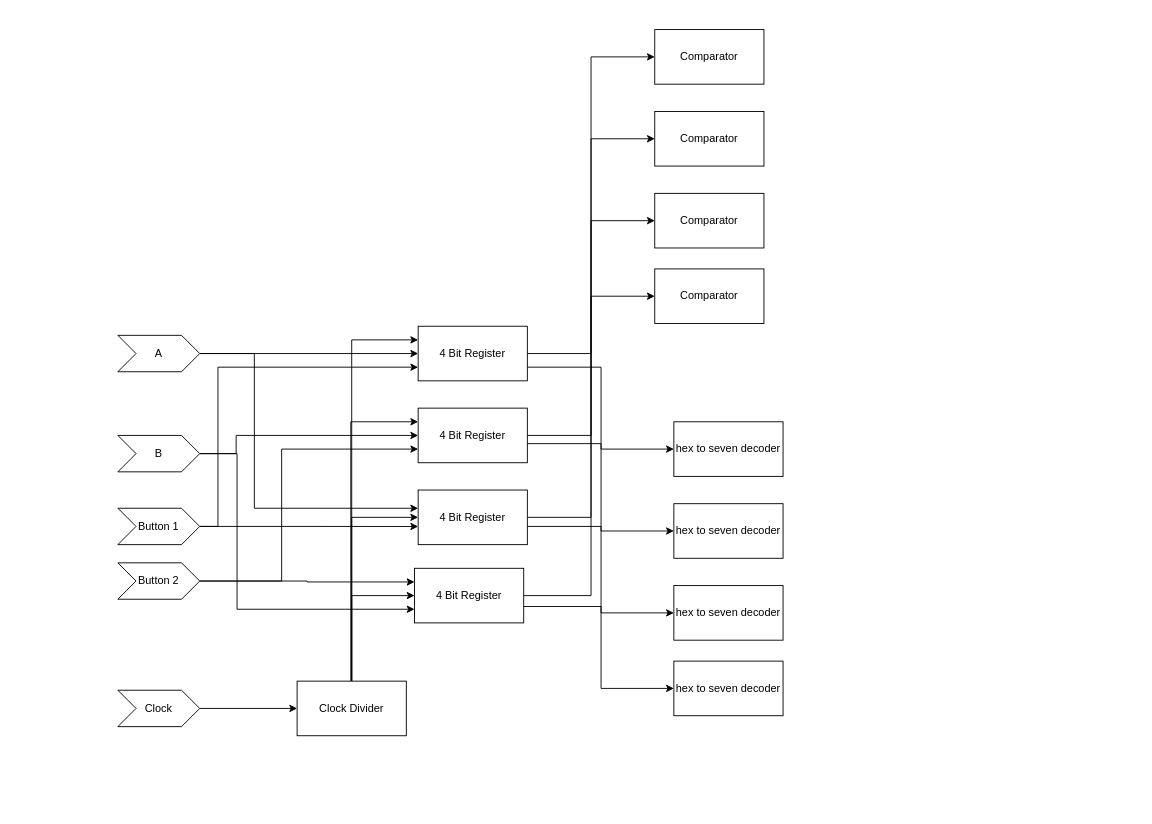
Above: prac2.drawio in peter-tr/csse4010 (draw.io), before the change. Source tidied: cells renumbered, new cells numbered last; positions are measured from the earlier drawing's top-left corner, leaving out a move shared by most shapes. Both pictures are drawn from the tidied source at 91%, with x=0, y=0 at pixel (117, 29).
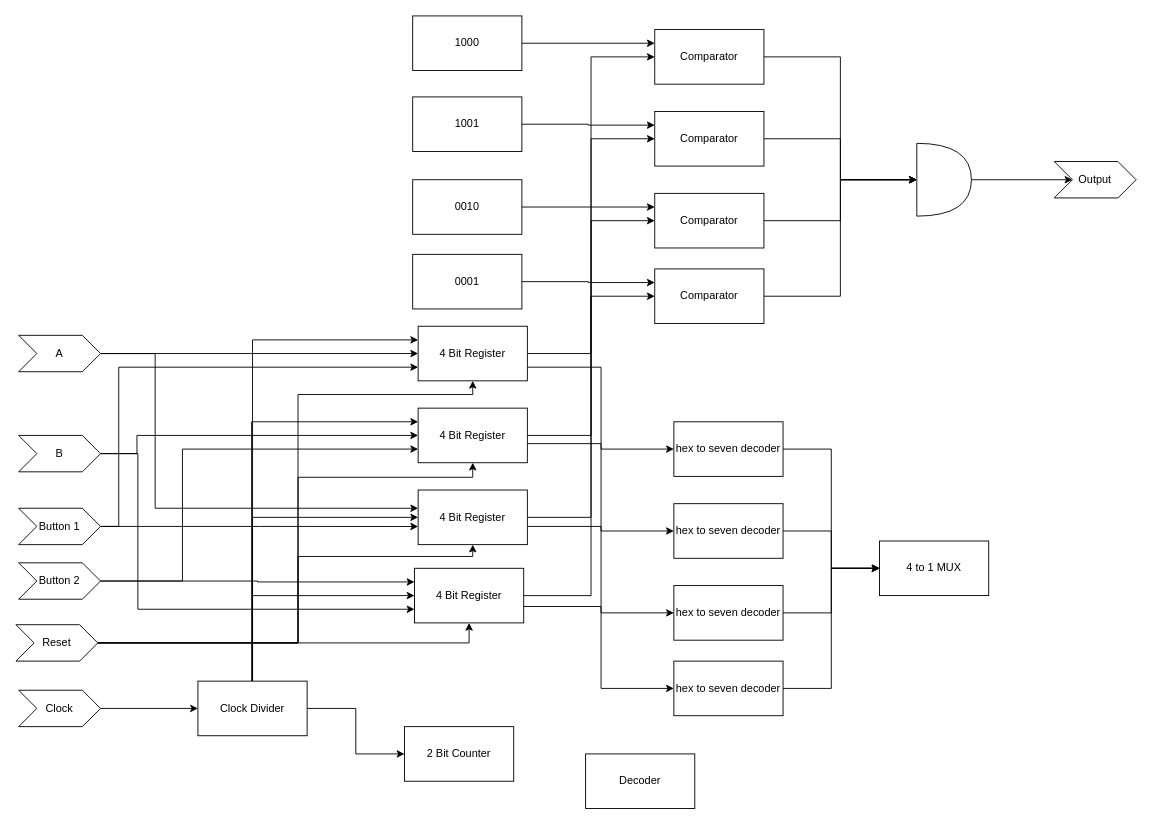
After the change.

Unchanged cells that the change refers to:
```xml
<mxCell id="16" value="4 Bit Register" style="rounded=0;whiteSpace=wrap;html=1;" parent="1" vertex="1">
  <mxGeometry x="330" y="326" width="120" height="60" as="geometry" />
</mxCell>
<mxCell id="19" value="4 Bit Register" style="rounded=0;whiteSpace=wrap;html=1;" parent="1" vertex="1">
  <mxGeometry x="330" y="416" width="120" height="60" as="geometry" />
</mxCell>
<mxCell id="22" value="4 Bit Register" style="rounded=0;whiteSpace=wrap;html=1;" parent="1" vertex="1">
  <mxGeometry x="330" y="506" width="120" height="60" as="geometry" />
</mxCell>
<mxCell id="25" value="4 Bit Register" style="rounded=0;whiteSpace=wrap;html=1;" parent="1" vertex="1">
  <mxGeometry x="326" y="592" width="120" height="60" as="geometry" />
</mxCell>
<mxCell id="33" value="Comparator" style="rounded=0;whiteSpace=wrap;html=1;" parent="1" vertex="1">
  <mxGeometry x="590" width="120" height="60" as="geometry" />
</mxCell>
<mxCell id="34" value="Comparator" style="rounded=0;whiteSpace=wrap;html=1;" parent="1" vertex="1">
  <mxGeometry x="590" y="90" width="120" height="60" as="geometry" />
</mxCell>
<mxCell id="35" value="Comparator" style="rounded=0;whiteSpace=wrap;html=1;" parent="1" vertex="1">
  <mxGeometry x="590" y="180" width="120" height="60" as="geometry" />
</mxCell>
<mxCell id="36" value="Comparator" style="rounded=0;whiteSpace=wrap;html=1;" parent="1" vertex="1">
  <mxGeometry x="590" y="263" width="120" height="60" as="geometry" />
</mxCell>
<mxCell id="37" value="hex to seven decoder" style="rounded=0;whiteSpace=wrap;html=1;" parent="1" vertex="1">
  <mxGeometry x="611" y="431" width="120" height="60" as="geometry" />
</mxCell>
<mxCell id="38" value="hex to seven decoder" style="rounded=0;whiteSpace=wrap;html=1;" parent="1" vertex="1">
  <mxGeometry x="611" y="521" width="120" height="60" as="geometry" />
</mxCell>
<mxCell id="39" value="hex to seven decoder" style="rounded=0;whiteSpace=wrap;html=1;" parent="1" vertex="1">
  <mxGeometry x="611" y="611" width="120" height="60" as="geometry" />
</mxCell>
<mxCell id="40" value="hex to seven decoder" style="rounded=0;whiteSpace=wrap;html=1;" parent="1" vertex="1">
  <mxGeometry x="611" y="694" width="120" height="60" as="geometry" />
</mxCell>
```

Change to the diagram source:
```diff
@@
     <mxCell id="3" style="edgeStyle=orthogonalEdgeStyle;rounded=0;jettySize=auto;html=1;entryX=0;entryY=0.334;entryDx=0;entryDy=0;entryPerimeter=0;" parent="1" edge="1" source="4" target="22">
       <mxGeometry relative="1" as="geometry">
         <Array as="points">
-          <mxPoint x="150" y="356" />
-          <mxPoint x="150" y="526" />
+          <mxPoint x="41" y="356" />
+          <mxPoint x="41" y="526" />
         </Array>
       </mxGeometry>
     </mxCell>
     <mxCell id="4" value="A" style="shape=step;perimeter=stepPerimeter;whiteSpace=wrap;html=1;fixedSize=1;" parent="1" vertex="1">
-      <mxGeometry y="336" width="90" height="40" as="geometry" />
+      <mxGeometry x="-109" y="336" width="90" height="40" as="geometry" />
     </mxCell>
     <mxCell id="5" style="edgeStyle=orthogonalEdgeStyle;rounded=0;jettySize=auto;html=1;" parent="1" edge="1" source="7" target="19">
       <mxGeometry relative="1" as="geometry">
         <Array as="points">
-          <mxPoint x="130" y="466" />
-          <mxPoint x="130" y="446" />
+          <mxPoint x="21" y="466" />
+          <mxPoint x="21" y="446" />
         </Array>
       </mxGeometry>
     </mxCell>
     <mxCell id="6" style="edgeStyle=orthogonalEdgeStyle;rounded=0;jettySize=auto;html=1;entryX=0;entryY=0.75;entryDx=0;entryDy=0;" parent="1" edge="1" source="7" target="25">
       <mxGeometry relative="1" as="geometry">
         <Array as="points">
-          <mxPoint x="131" y="466" />
-          <mxPoint x="131" y="637" />
+          <mxPoint x="22" y="466" />
+          <mxPoint x="22" y="637" />
         </Array>
       </mxGeometry>
     </mxCell>
     <mxCell id="7" value="B" style="shape=step;perimeter=stepPerimeter;whiteSpace=wrap;html=1;fixedSize=1;" parent="1" vertex="1">
-      <mxGeometry y="446" width="90" height="40" as="geometry" />
+      <mxGeometry x="-109" y="446" width="90" height="40" as="geometry" />
     </mxCell>
     <mxCell id="8" style="edgeStyle=orthogonalEdgeStyle;rounded=0;jettySize=auto;html=1;entryX=0;entryY=0.75;entryDx=0;entryDy=0;" parent="1" edge="1" source="10" target="16">
       <mxGeometry relative="1" as="geometry">
         <Array as="points">
-          <mxPoint x="110" y="546" />
-          <mxPoint x="110" y="371" />
+          <mxPoint x="1" y="546" />
+          <mxPoint x="1" y="371" />
         </Array>
       </mxGeometry>
     </mxCell>
@@
     <mxCell id="10" value="Button 1" style="shape=step;perimeter=stepPerimeter;whiteSpace=wrap;html=1;fixedSize=1;" parent="1" vertex="1">
-      <mxGeometry y="526" width="90" height="40" as="geometry" />
+      <mxGeometry x="-109" y="526" width="90" height="40" as="geometry" />
     </mxCell>
     <mxCell id="11" style="edgeStyle=orthogonalEdgeStyle;rounded=0;jettySize=auto;html=1;entryX=0;entryY=0.75;entryDx=0;entryDy=0;" parent="1" edge="1" source="13" target="19">
       <mxGeometry relative="1" as="geometry">
         <Array as="points">
-          <mxPoint x="180" y="606" />
-          <mxPoint x="180" y="461" />
+          <mxPoint x="71" y="606" />
+          <mxPoint x="71" y="461" />
         </Array>
       </mxGeometry>
     </mxCell>
@@
     <mxCell id="13" value="Button 2" style="shape=step;perimeter=stepPerimeter;whiteSpace=wrap;html=1;fixedSize=1;" parent="1" vertex="1">
-      <mxGeometry y="586" width="90" height="40" as="geometry" />
+      <mxGeometry x="-109" y="586" width="90" height="40" as="geometry" />
     </mxCell>
@@
     <mxCell id="27" value="Clock" style="shape=step;perimeter=stepPerimeter;whiteSpace=wrap;html=1;fixedSize=1;" parent="1" vertex="1">
-      <mxGeometry y="726" width="90" height="40" as="geometry" />
+      <mxGeometry x="-109" y="726" width="90" height="40" as="geometry" />
     </mxCell>
     <mxCell id="28" style="edgeStyle=orthogonalEdgeStyle;rounded=0;jettySize=auto;html=1;entryX=0;entryY=0.5;entryDx=0;entryDy=0;" parent="1" edge="1" source="32" target="25">
       <mxGeometry relative="1" as="geometry">
         <Array as="points">
-          <mxPoint x="257" y="622" />
+          <mxPoint x="148" y="622" />
         </Array>
       </mxGeometry>
     </mxCell>
     <mxCell id="29" style="edgeStyle=orthogonalEdgeStyle;rounded=0;jettySize=auto;html=1;entryX=0;entryY=0.5;entryDx=0;entryDy=0;" parent="1" edge="1" source="32" target="22">
       <mxGeometry relative="1" as="geometry">
         <Array as="points">
-          <mxPoint x="257" y="536" />
+          <mxPoint x="148" y="536" />
         </Array>
       </mxGeometry>
     </mxCell>
     <mxCell id="30" style="edgeStyle=orthogonalEdgeStyle;rounded=0;jettySize=auto;html=1;entryX=0;entryY=0.25;entryDx=0;entryDy=0;" parent="1" edge="1" source="32" target="19">
       <mxGeometry relative="1" as="geometry">
         <Array as="points">
-          <mxPoint x="256" y="431" />
+          <mxPoint x="147" y="431" />
         </Array>
       </mxGeometry>
     </mxCell>
     <mxCell id="31" style="edgeStyle=orthogonalEdgeStyle;rounded=0;jettySize=auto;html=1;entryX=0;entryY=0.25;entryDx=0;entryDy=0;" parent="1" edge="1" source="32" target="16">
       <mxGeometry relative="1" as="geometry">
         <Array as="points">
-          <mxPoint x="257" y="341" />
+          <mxPoint x="148" y="341" />
         </Array>
       </mxGeometry>
     </mxCell>
+    <mxCell id="41" style="edgeStyle=orthogonalEdgeStyle;rounded=0;jettySize=auto;html=1;" parent="1" edge="1" source="32" target="59">
+      <mxGeometry relative="1" as="geometry" />
+    </mxCell>
     <mxCell id="32" value="Clock Divider" style="rounded=0;whiteSpace=wrap;html=1;" parent="1" vertex="1">
-      <mxGeometry x="197" y="716" width="120" height="60" as="geometry" />
+      <mxGeometry x="88" y="716" width="120" height="60" as="geometry" />
     </mxCell>
+    <mxCell id="42" style="edgeStyle=orthogonalEdgeStyle;rounded=0;jettySize=auto;html=1;entryX=0;entryY=0.5;entryDx=0;entryDy=0;entryPerimeter=0;" parent="1" edge="1" source="33" target="56">
+      <mxGeometry relative="1" as="geometry" />
+    </mxCell>
@@
+    <mxCell id="43" style="edgeStyle=orthogonalEdgeStyle;rounded=0;jettySize=auto;html=1;entryX=0;entryY=0.5;entryDx=0;entryDy=0;entryPerimeter=0;" parent="1" edge="1" source="34" target="56">
+      <mxGeometry relative="1" as="geometry" />
+    </mxCell>
@@
+    <mxCell id="44" style="edgeStyle=orthogonalEdgeStyle;rounded=0;jettySize=auto;html=1;entryX=0;entryY=0.5;entryDx=0;entryDy=0;entryPerimeter=0;" parent="1" edge="1" source="35" target="56">
+      <mxGeometry relative="1" as="geometry" />
+    </mxCell>
@@
+    <mxCell id="45" style="edgeStyle=orthogonalEdgeStyle;rounded=0;jettySize=auto;html=1;entryX=0;entryY=0.5;entryDx=0;entryDy=0;entryPerimeter=0;" parent="1" edge="1" source="36" target="56">
+      <mxGeometry relative="1" as="geometry" />
+    </mxCell>
@@
+    <mxCell id="46" style="edgeStyle=orthogonalEdgeStyle;rounded=0;jettySize=auto;html=1;entryX=0;entryY=0.5;entryDx=0;entryDy=0;" parent="1" edge="1" source="37" target="58">
+      <mxGeometry relative="1" as="geometry" />
+    </mxCell>
@@
+    <mxCell id="47" style="edgeStyle=orthogonalEdgeStyle;rounded=0;jettySize=auto;html=1;entryX=0;entryY=0.5;entryDx=0;entryDy=0;" parent="1" edge="1" source="38" target="58">
+      <mxGeometry relative="1" as="geometry" />
+    </mxCell>
@@
+    <mxCell id="48" style="edgeStyle=orthogonalEdgeStyle;rounded=0;jettySize=auto;html=1;entryX=0;entryY=0.5;entryDx=0;entryDy=0;" parent="1" edge="1" source="39" target="58">
+      <mxGeometry relative="1" as="geometry" />
+    </mxCell>
@@
+    <mxCell id="49" style="edgeStyle=orthogonalEdgeStyle;rounded=0;jettySize=auto;html=1;entryX=0;entryY=0.5;entryDx=0;entryDy=0;" parent="1" edge="1" source="40" target="58">
+      <mxGeometry relative="1" as="geometry" />
+    </mxCell>
@@
+    <mxCell id="50" style="edgeStyle=orthogonalEdgeStyle;rounded=0;jettySize=auto;html=1;entryX=0.5;entryY=1;entryDx=0;entryDy=0;" parent="1" edge="1" source="54" target="25">
+      <mxGeometry relative="1" as="geometry" />
+    </mxCell>
+    <mxCell id="51" style="edgeStyle=orthogonalEdgeStyle;rounded=0;jettySize=auto;html=1;entryX=0.5;entryY=1;entryDx=0;entryDy=0;" parent="1" edge="1" source="54" target="22">
+      <mxGeometry relative="1" as="geometry">
+        <Array as="points">
+          <mxPoint x="198" y="674" />
+          <mxPoint x="198" y="579" />
+          <mxPoint x="390" y="579" />
+        </Array>
+      </mxGeometry>
+    </mxCell>
+    <mxCell id="52" style="edgeStyle=orthogonalEdgeStyle;rounded=0;jettySize=auto;html=1;" parent="1" edge="1" source="54" target="19">
+      <mxGeometry relative="1" as="geometry">
+        <Array as="points">
+          <mxPoint x="198" y="674" />
+          <mxPoint x="198" y="492" />
+          <mxPoint x="390" y="492" />
+        </Array>
+      </mxGeometry>
+    </mxCell>
+    <mxCell id="53" style="edgeStyle=orthogonalEdgeStyle;rounded=0;jettySize=auto;html=1;" parent="1" edge="1" source="54" target="16">
+      <mxGeometry relative="1" as="geometry">
+        <Array as="points">
+          <mxPoint x="198" y="674" />
+          <mxPoint x="198" y="401" />
+          <mxPoint x="390" y="401" />
+        </Array>
+      </mxGeometry>
+    </mxCell>
+    <mxCell id="54" value="Reset" style="shape=step;perimeter=stepPerimeter;whiteSpace=wrap;html=1;fixedSize=1;" parent="1" vertex="1">
+      <mxGeometry x="-112" y="654" width="90" height="40" as="geometry" />
+    </mxCell>
+    <mxCell id="55" style="edgeStyle=orthogonalEdgeStyle;rounded=0;jettySize=auto;html=1;entryX=0;entryY=0.5;entryDx=0;entryDy=0;" parent="1" edge="1" source="56" target="57">
+      <mxGeometry relative="1" as="geometry" />
+    </mxCell>
+    <mxCell id="56" style="shape=or;whiteSpace=wrap;html=1;" parent="1" vertex="1">
+      <mxGeometry x="878" y="125" width="60" height="80" as="geometry" />
+    </mxCell>
+    <mxCell id="57" value="Output" style="shape=step;perimeter=stepPerimeter;whiteSpace=wrap;html=1;fixedSize=1;" parent="1" vertex="1">
+      <mxGeometry x="1029" y="145" width="90" height="40" as="geometry" />
+    </mxCell>
+    <mxCell id="58" value="4 to 1 MUX" style="rounded=0;whiteSpace=wrap;html=1;" parent="1" vertex="1">
+      <mxGeometry x="837" y="562" width="120" height="60" as="geometry" />
+    </mxCell>
+    <mxCell id="59" value="2 Bit Counter" style="rounded=0;whiteSpace=wrap;html=1;" parent="1" vertex="1">
+      <mxGeometry x="315" y="766" width="120" height="60" as="geometry" />
+    </mxCell>
+    <mxCell id="60" value="Decoder" style="rounded=0;whiteSpace=wrap;html=1;" parent="1" vertex="1">
+      <mxGeometry x="514" y="796" width="120" height="60" as="geometry" />
+    </mxCell>
+    <mxCell id="61" style="edgeStyle=orthogonalEdgeStyle;rounded=0;jettySize=auto;html=1;entryX=0;entryY=0.25;entryDx=0;entryDy=0;" parent="1" edge="1" source="62" target="33">
+      <mxGeometry relative="1" as="geometry" />
+    </mxCell>
+    <mxCell id="62" value="1000" style="rounded=0;whiteSpace=wrap;html=1;" parent="1" vertex="1">
+      <mxGeometry x="324" y="-15" width="120" height="60" as="geometry" />
+    </mxCell>
+    <mxCell id="63" style="edgeStyle=orthogonalEdgeStyle;rounded=0;jettySize=auto;html=1;entryX=0;entryY=0.25;entryDx=0;entryDy=0;" parent="1" edge="1" source="64" target="34">
+      <mxGeometry relative="1" as="geometry" />
+    </mxCell>
+    <mxCell id="64" value="1001" style="rounded=0;whiteSpace=wrap;html=1;" parent="1" vertex="1">
+      <mxGeometry x="324" y="74" width="120" height="60" as="geometry" />
+    </mxCell>
+    <mxCell id="65" style="edgeStyle=orthogonalEdgeStyle;rounded=0;jettySize=auto;html=1;entryX=0;entryY=0.25;entryDx=0;entryDy=0;" parent="1" edge="1" source="66" target="35">
+      <mxGeometry relative="1" as="geometry" />
+    </mxCell>
+    <mxCell id="66" value="0010" style="rounded=0;whiteSpace=wrap;html=1;" parent="1" vertex="1">
+      <mxGeometry x="324" y="165" width="120" height="60" as="geometry" />
+    </mxCell>
+    <mxCell id="67" style="edgeStyle=orthogonalEdgeStyle;rounded=0;jettySize=auto;html=1;entryX=0;entryY=0.25;entryDx=0;entryDy=0;" parent="1" edge="1" source="68" target="36">
+      <mxGeometry relative="1" as="geometry" />
+    </mxCell>
+    <mxCell id="68" value="0001" style="rounded=0;whiteSpace=wrap;html=1;" parent="1" vertex="1">
+      <mxGeometry x="324" y="247" width="120" height="60" as="geometry" />
+    </mxCell>
```
